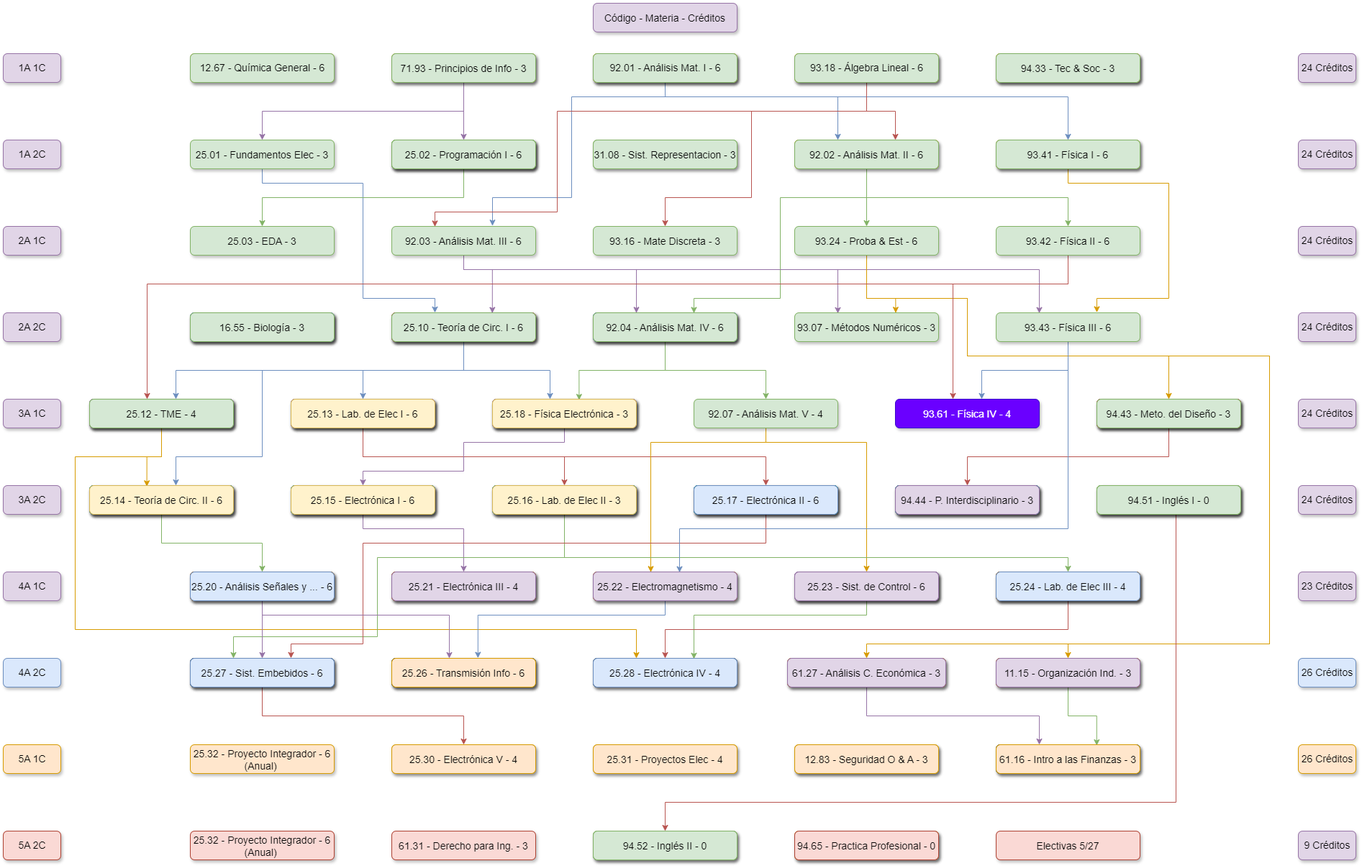
Before: K22.drawio.png, a diagram exported from draw.io (juanipla/K22). Source tidied: cells renumbered, new cells last; positions are measured from the earlier drawing's top-left corner, leaving out a move shared by most shapes.
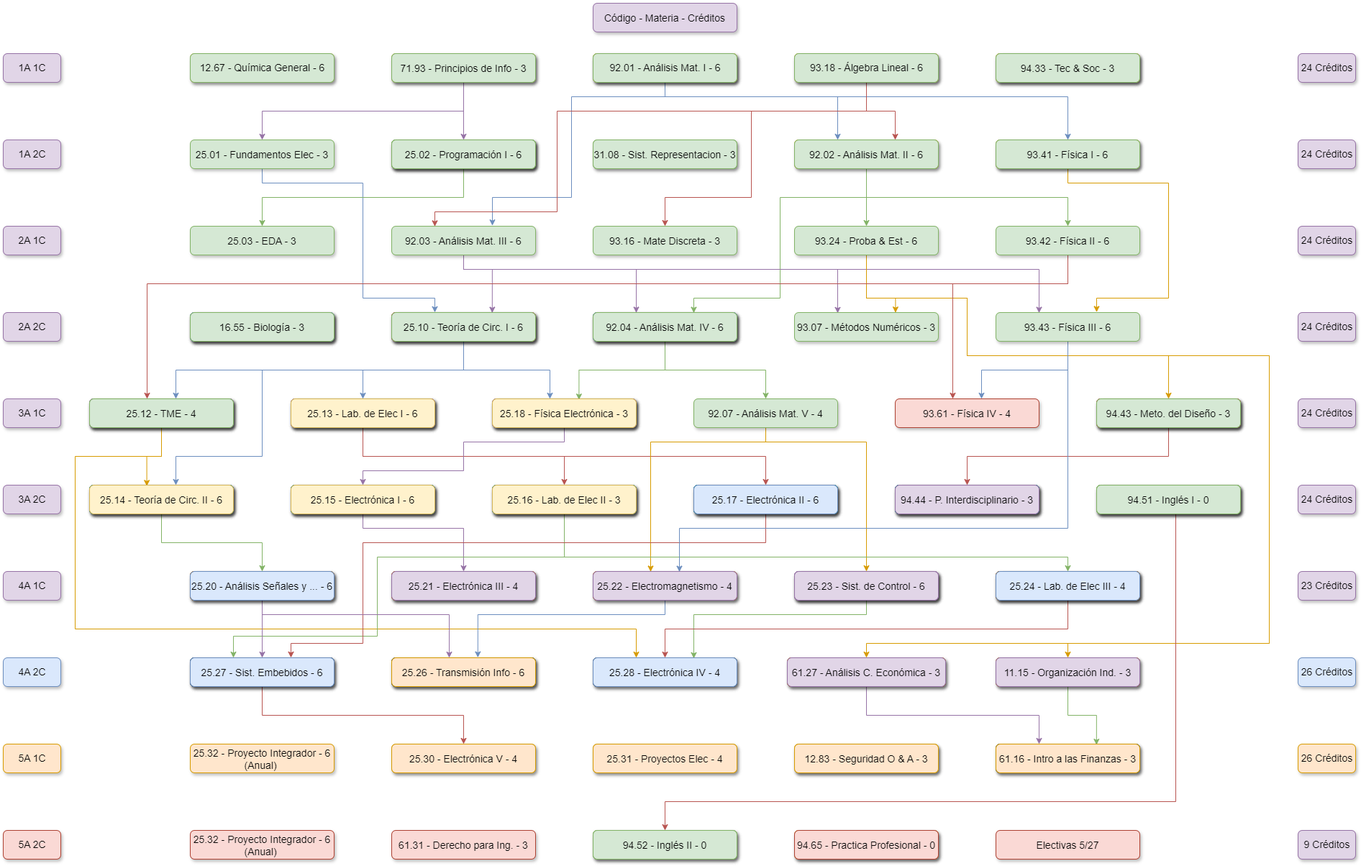
After the commit.

The edit, as a diff of the source:
```diff
@@ -357,7 +357,7 @@
     <mxCell id="62" value="92.07 - Análisis Mat. V - 4" style="rounded=1;fillColor=#d5e8d4;strokeColor=#82b366;shadow=1;fontStyle=0;fontSize=14;labelBorderColor=none;labelBackgroundColor=none;verticalAlign=middle;" parent="1" vertex="1">
       <mxGeometry x="960" y="550" width="200" height="40" as="geometry" />
     </mxCell>
-    <mxCell id="63" value="93.61 - Física IV - 4" style="rounded=1;fillColor=#6a00ff;strokeColor=#3700CC;shadow=1;fontStyle=0;fontSize=14;labelBorderColor=none;labelBackgroundColor=none;verticalAlign=middle;fontColor=#ffffff;" parent="1" vertex="1">
+    <mxCell id="63" value="93.61 - Física IV - 4" style="rounded=1;fillColor=#fad9d5;strokeColor=#ae4132;shadow=1;fontStyle=0;fontSize=14;labelBorderColor=none;labelBackgroundColor=none;verticalAlign=middle;" parent="1" vertex="1">
       <mxGeometry x="1240" y="550" width="200" height="40" as="geometry" />
     </mxCell>
     <mxCell id="64" style="edgeStyle=orthogonalEdgeStyle;rounded=0;jumpStyle=none;jettySize=auto;html=1;fillColor=#f8cecc;strokeColor=#b85450;" parent="1" edge="1" source="65" target="75">
```
